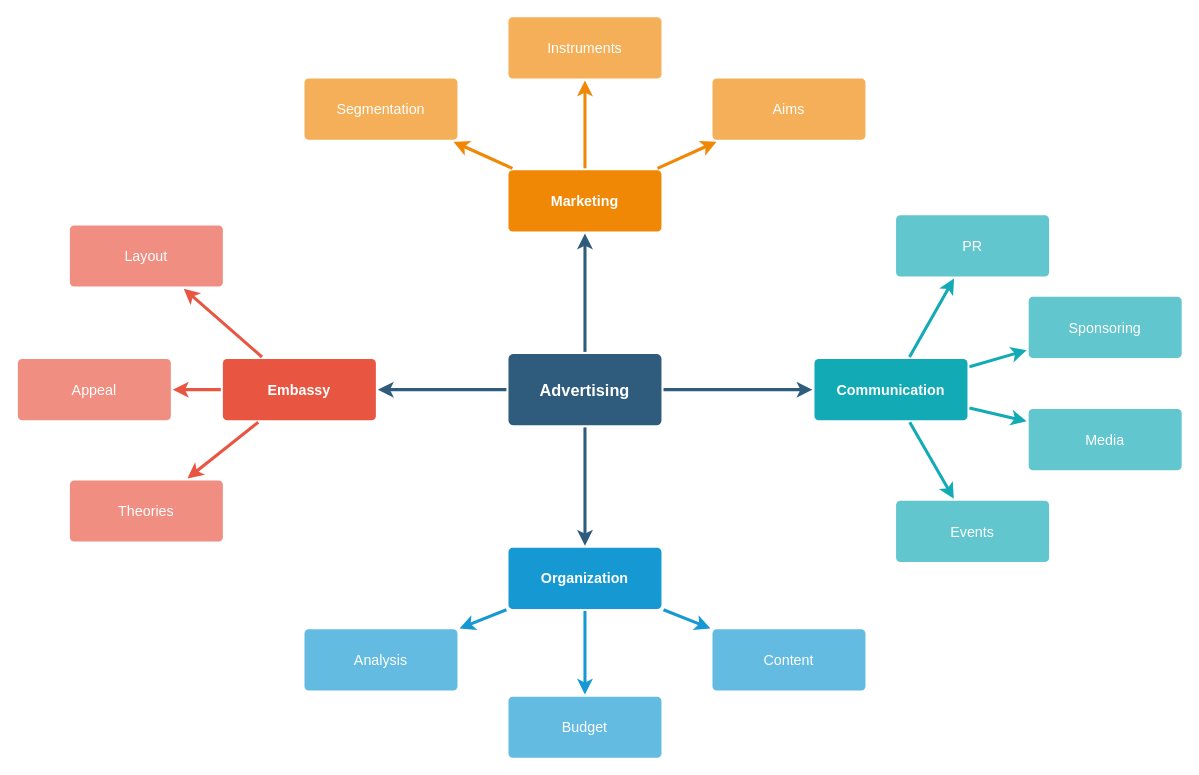
This is Untitled Diagram.drawio from kbondarets/demogit, a draw.io file, before an edit. Source tidied: cells renumbered, new cells numbered last; positions are measured from the earlier drawing's top-left corner, leaving out a move shared by most shapes. Both pictures are drawn from the tidied source at 102%, with x=0, y=0 at pixel (17, 16).
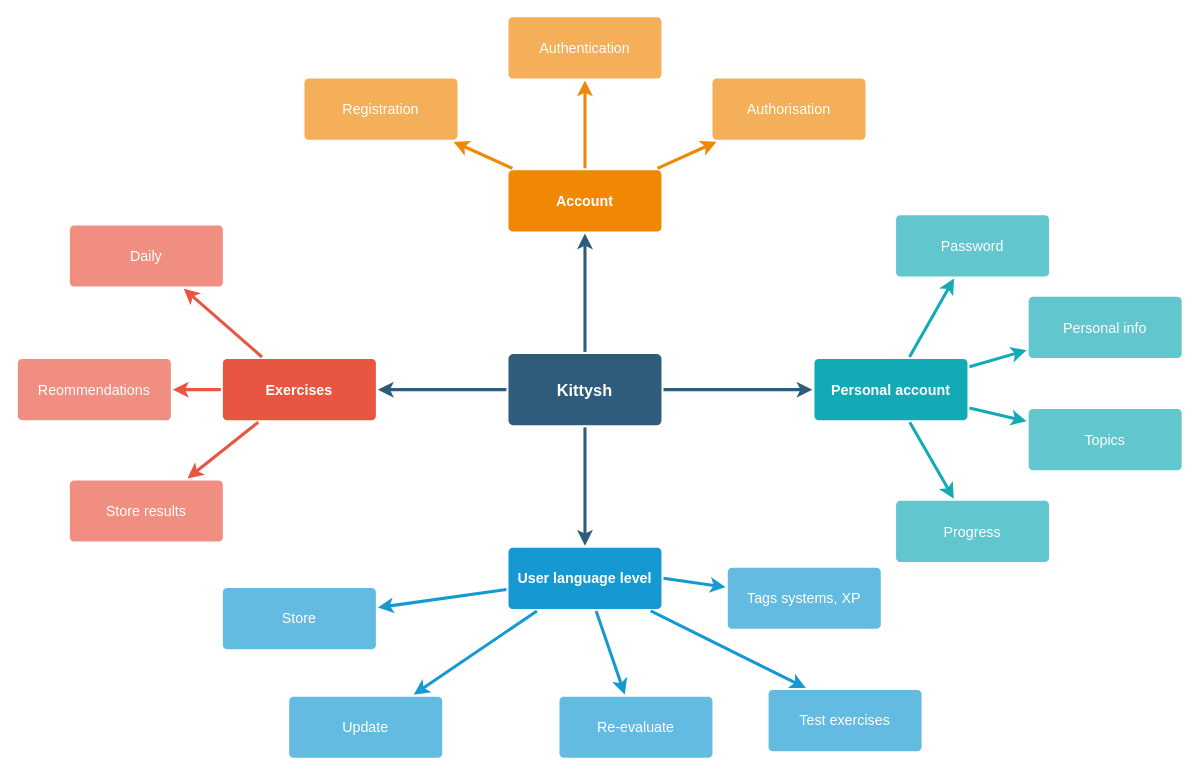
The same diagram, later.

Change to the diagram source:
```diff
@@
-    <mxCell id="6" value="Advertising" style="rounded=1;whiteSpace=wrap;html=1;shadow=0;labelBackgroundColor=none;strokeColor=none;strokeWidth=3;fillColor=#2F5B7C;fontFamily=Helvetica;fontSize=16;fontColor=#FFFFFF;align=center;fontStyle=1;spacing=5;arcSize=7;perimeterSpacing=2;" parent="1" vertex="1">
+    <mxCell id="6" value="Kittysh" style="rounded=1;whiteSpace=wrap;html=1;shadow=0;labelBackgroundColor=none;strokeColor=none;strokeWidth=3;fillColor=#2F5B7C;fontFamily=Helvetica;fontSize=16;fontColor=#FFFFFF;align=center;fontStyle=1;spacing=5;arcSize=7;perimeterSpacing=2;" parent="1" vertex="1">
       <mxGeometry x="481" y="330.5" width="150" height="70" as="geometry" />
     </mxCell>
@@
-    <mxCell id="10" value="Embassy" style="rounded=1;whiteSpace=wrap;html=1;shadow=0;labelBackgroundColor=none;strokeColor=none;strokeWidth=3;fillColor=#e85642;fontFamily=Helvetica;fontSize=14;fontColor=#FFFFFF;align=center;spacing=5;fontStyle=1;arcSize=7;perimeterSpacing=2;" parent="1" vertex="1">
+    <mxCell id="10" value="Exercises" style="rounded=1;whiteSpace=wrap;html=1;shadow=0;labelBackgroundColor=none;strokeColor=none;strokeWidth=3;fillColor=#e85642;fontFamily=Helvetica;fontSize=14;fontColor=#FFFFFF;align=center;spacing=5;fontStyle=1;arcSize=7;perimeterSpacing=2;" parent="1" vertex="1">
       <mxGeometry x="201" y="335.5" width="150" height="60" as="geometry" />
     </mxCell>
-    <mxCell id="11" value="Theories" style="rounded=1;whiteSpace=wrap;html=1;shadow=0;labelBackgroundColor=none;strokeColor=none;strokeWidth=3;fillColor=#f08e81;fontFamily=Helvetica;fontSize=14;fontColor=#FFFFFF;align=center;spacing=5;fontStyle=0;arcSize=7;perimeterSpacing=2;" parent="1" vertex="1">
+    <mxCell id="11" value="Store results" style="rounded=1;whiteSpace=wrap;html=1;shadow=0;labelBackgroundColor=none;strokeColor=none;strokeWidth=3;fillColor=#f08e81;fontFamily=Helvetica;fontSize=14;fontColor=#FFFFFF;align=center;spacing=5;fontStyle=0;arcSize=7;perimeterSpacing=2;" parent="1" vertex="1">
       <mxGeometry x="51" y="454.5" width="150" height="60" as="geometry" />
     </mxCell>
-    <mxCell id="12" value="Appeal" style="rounded=1;whiteSpace=wrap;html=1;shadow=0;labelBackgroundColor=none;strokeColor=none;strokeWidth=3;fillColor=#f08e81;fontFamily=Helvetica;fontSize=14;fontColor=#FFFFFF;align=center;spacing=5;fontStyle=0;arcSize=7;perimeterSpacing=2;" parent="1" vertex="1">
+    <mxCell id="12" value="Reommendations" style="rounded=1;whiteSpace=wrap;html=1;shadow=0;labelBackgroundColor=none;strokeColor=none;strokeWidth=3;fillColor=#f08e81;fontFamily=Helvetica;fontSize=14;fontColor=#FFFFFF;align=center;spacing=5;fontStyle=0;arcSize=7;perimeterSpacing=2;" parent="1" vertex="1">
       <mxGeometry y="335.5" width="150" height="60" as="geometry" />
     </mxCell>
-    <mxCell id="13" value="Layout" style="rounded=1;whiteSpace=wrap;html=1;shadow=0;labelBackgroundColor=none;strokeColor=none;strokeWidth=3;fillColor=#f08e81;fontFamily=Helvetica;fontSize=14;fontColor=#FFFFFF;align=center;spacing=5;fontStyle=0;arcSize=7;perimeterSpacing=2;" parent="1" vertex="1">
+    <mxCell id="13" value="Daily" style="rounded=1;whiteSpace=wrap;html=1;shadow=0;labelBackgroundColor=none;strokeColor=none;strokeWidth=3;fillColor=#f08e81;fontFamily=Helvetica;fontSize=14;fontColor=#FFFFFF;align=center;spacing=5;fontStyle=0;arcSize=7;perimeterSpacing=2;" parent="1" vertex="1">
       <mxGeometry x="51" y="204.5" width="150" height="60" as="geometry" />
     </mxCell>
@@
-    <mxCell id="17" value="Organization" style="rounded=1;whiteSpace=wrap;html=1;shadow=0;labelBackgroundColor=none;strokeColor=none;strokeWidth=3;fillColor=#1699d3;fontFamily=Helvetica;fontSize=14;fontColor=#FFFFFF;align=center;spacing=5;fontStyle=1;arcSize=7;perimeterSpacing=2;" parent="1" vertex="1">
+    <mxCell id="17" value="User language level" style="rounded=1;whiteSpace=wrap;html=1;shadow=0;labelBackgroundColor=none;strokeColor=none;strokeWidth=3;fillColor=#1699d3;fontFamily=Helvetica;fontSize=14;fontColor=#FFFFFF;align=center;spacing=5;fontStyle=1;arcSize=7;perimeterSpacing=2;" parent="1" vertex="1">
       <mxGeometry x="481" y="520.5" width="150" height="60" as="geometry" />
     </mxCell>
-    <mxCell id="18" value="Content" style="rounded=1;whiteSpace=wrap;html=1;shadow=0;labelBackgroundColor=none;strokeColor=none;strokeWidth=3;fillColor=#64bbe2;fontFamily=Helvetica;fontSize=14;fontColor=#FFFFFF;align=center;spacing=5;arcSize=7;perimeterSpacing=2;" parent="1" vertex="1">
-      <mxGeometry x="681" y="600.5" width="150" height="60" as="geometry" />
+    <mxCell id="18" value="Re-evaluate" style="rounded=1;whiteSpace=wrap;html=1;shadow=0;labelBackgroundColor=none;strokeColor=none;strokeWidth=3;fillColor=#64bbe2;fontFamily=Helvetica;fontSize=14;fontColor=#FFFFFF;align=center;spacing=5;arcSize=7;perimeterSpacing=2;" parent="1" vertex="1">
+      <mxGeometry x="531" y="666.5" width="150" height="60" as="geometry" />
     </mxCell>
-    <mxCell id="19" value="Budget" style="rounded=1;whiteSpace=wrap;html=1;shadow=0;labelBackgroundColor=none;strokeColor=none;strokeWidth=3;fillColor=#64bbe2;fontFamily=Helvetica;fontSize=14;fontColor=#FFFFFF;align=center;spacing=5;arcSize=7;perimeterSpacing=2;" parent="1" vertex="1">
-      <mxGeometry x="481" y="666.5" width="150" height="60" as="geometry" />
+    <mxCell id="19" value="Update" style="rounded=1;whiteSpace=wrap;html=1;shadow=0;labelBackgroundColor=none;strokeColor=none;strokeWidth=3;fillColor=#64bbe2;fontFamily=Helvetica;fontSize=14;fontColor=#FFFFFF;align=center;spacing=5;arcSize=7;perimeterSpacing=2;" parent="1" vertex="1">
+      <mxGeometry x="266" y="666.5" width="150" height="60" as="geometry" />
     </mxCell>
-    <mxCell id="20" value="Analysis" style="rounded=1;whiteSpace=wrap;html=1;shadow=0;labelBackgroundColor=none;strokeColor=none;strokeWidth=3;fillColor=#64bbe2;fontFamily=Helvetica;fontSize=14;fontColor=#FFFFFF;align=center;spacing=5;arcSize=7;perimeterSpacing=2;" parent="1" vertex="1">
-      <mxGeometry x="281" y="600.5" width="150" height="60" as="geometry" />
+    <mxCell id="20" value="Store" style="rounded=1;whiteSpace=wrap;html=1;shadow=0;labelBackgroundColor=none;strokeColor=none;strokeWidth=3;fillColor=#64bbe2;fontFamily=Helvetica;fontSize=14;fontColor=#FFFFFF;align=center;spacing=5;arcSize=7;perimeterSpacing=2;" parent="1" vertex="1">
+      <mxGeometry x="201" y="560" width="150" height="60" as="geometry" />
     </mxCell>
-    <mxCell id="21" value="Marketing" style="rounded=1;whiteSpace=wrap;html=1;shadow=0;labelBackgroundColor=none;strokeColor=none;strokeWidth=3;fillColor=#F08705;fontFamily=Helvetica;fontSize=14;fontColor=#FFFFFF;align=center;spacing=5;fontStyle=1;arcSize=7;perimeterSpacing=2;" parent="1" vertex="1">
+    <mxCell id="21" value="Account" style="rounded=1;whiteSpace=wrap;html=1;shadow=0;labelBackgroundColor=none;strokeColor=none;strokeWidth=3;fillColor=#F08705;fontFamily=Helvetica;fontSize=14;fontColor=#FFFFFF;align=center;spacing=5;fontStyle=1;arcSize=7;perimeterSpacing=2;" parent="1" vertex="1">
       <mxGeometry x="481" y="150.5" width="150" height="60" as="geometry" />
     </mxCell>
-    <mxCell id="22" value="Aims&lt;br&gt;" style="rounded=1;whiteSpace=wrap;html=1;shadow=0;labelBackgroundColor=none;strokeColor=none;strokeWidth=3;fillColor=#f5af58;fontFamily=Helvetica;fontSize=14;fontColor=#FFFFFF;align=center;spacing=5;arcSize=7;perimeterSpacing=2;" parent="1" vertex="1">
+    <mxCell id="22" value="Authorisation" style="rounded=1;whiteSpace=wrap;html=1;shadow=0;labelBackgroundColor=none;strokeColor=none;strokeWidth=3;fillColor=#f5af58;fontFamily=Helvetica;fontSize=14;fontColor=#FFFFFF;align=center;spacing=5;arcSize=7;perimeterSpacing=2;" parent="1" vertex="1">
       <mxGeometry x="681" y="60.5" width="150" height="60" as="geometry" />
     </mxCell>
@@
-    <mxCell id="24" value="Instruments" style="rounded=1;whiteSpace=wrap;html=1;shadow=0;labelBackgroundColor=none;strokeColor=none;strokeWidth=3;fillColor=#f5af58;fontFamily=Helvetica;fontSize=14;fontColor=#FFFFFF;align=center;spacing=5;arcSize=7;perimeterSpacing=2;" parent="1" vertex="1">
+    <mxCell id="24" value="Authentication" style="rounded=1;whiteSpace=wrap;html=1;shadow=0;labelBackgroundColor=none;strokeColor=none;strokeWidth=3;fillColor=#f5af58;fontFamily=Helvetica;fontSize=14;fontColor=#FFFFFF;align=center;spacing=5;arcSize=7;perimeterSpacing=2;" parent="1" vertex="1">
       <mxGeometry x="481" y="0.5" width="150" height="60" as="geometry" />
     </mxCell>
@@
-    <mxCell id="26" value="Segmentation" style="rounded=1;whiteSpace=wrap;html=1;shadow=0;labelBackgroundColor=none;strokeColor=none;strokeWidth=3;fillColor=#f5af58;fontFamily=Helvetica;fontSize=14;fontColor=#FFFFFF;align=center;spacing=5;arcSize=7;perimeterSpacing=2;" parent="1" vertex="1">
+    <mxCell id="26" value="Registration" style="rounded=1;whiteSpace=wrap;html=1;shadow=0;labelBackgroundColor=none;strokeColor=none;strokeWidth=3;fillColor=#f5af58;fontFamily=Helvetica;fontSize=14;fontColor=#FFFFFF;align=center;spacing=5;arcSize=7;perimeterSpacing=2;" parent="1" vertex="1">
       <mxGeometry x="281" y="60.5" width="150" height="60" as="geometry" />
     </mxCell>
@@
-    <mxCell id="28" value="Communication" style="rounded=1;whiteSpace=wrap;html=1;shadow=0;labelBackgroundColor=none;strokeColor=none;strokeWidth=3;fillColor=#12aab5;fontFamily=Helvetica;fontSize=14;fontColor=#FFFFFF;align=center;spacing=5;fontStyle=1;arcSize=7;perimeterSpacing=2;" parent="1" vertex="1">
+    <mxCell id="28" value="Personal account" style="rounded=1;whiteSpace=wrap;html=1;shadow=0;labelBackgroundColor=none;strokeColor=none;strokeWidth=3;fillColor=#12aab5;fontFamily=Helvetica;fontSize=14;fontColor=#FFFFFF;align=center;spacing=5;fontStyle=1;arcSize=7;perimeterSpacing=2;" parent="1" vertex="1">
       <mxGeometry x="781" y="335.5" width="150" height="60" as="geometry" />
     </mxCell>
-    <mxCell id="29" value="Events" style="rounded=1;whiteSpace=wrap;html=1;shadow=0;labelBackgroundColor=none;strokeColor=none;strokeWidth=3;fillColor=#61c6ce;fontFamily=Helvetica;fontSize=14;fontColor=#FFFFFF;align=center;spacing=5;fontStyle=0;arcSize=7;perimeterSpacing=2;" parent="1" vertex="1">
+    <mxCell id="29" value="Progress" style="rounded=1;whiteSpace=wrap;html=1;shadow=0;labelBackgroundColor=none;strokeColor=none;strokeWidth=3;fillColor=#61c6ce;fontFamily=Helvetica;fontSize=14;fontColor=#FFFFFF;align=center;spacing=5;fontStyle=0;arcSize=7;perimeterSpacing=2;" parent="1" vertex="1">
       <mxGeometry x="861" y="474.5" width="150" height="60" as="geometry" />
     </mxCell>
@@
-    <mxCell id="31" value="Media" style="rounded=1;whiteSpace=wrap;html=1;shadow=0;labelBackgroundColor=none;strokeColor=none;strokeWidth=3;fillColor=#61c6ce;fontFamily=Helvetica;fontSize=14;fontColor=#FFFFFF;align=center;spacing=5;fontStyle=0;arcSize=7;perimeterSpacing=2;" parent="1" vertex="1">
+    <mxCell id="31" value="Topics" style="rounded=1;whiteSpace=wrap;html=1;shadow=0;labelBackgroundColor=none;strokeColor=none;strokeWidth=3;fillColor=#61c6ce;fontFamily=Helvetica;fontSize=14;fontColor=#FFFFFF;align=center;spacing=5;fontStyle=0;arcSize=7;perimeterSpacing=2;" parent="1" vertex="1">
       <mxGeometry x="991" y="384.5" width="150" height="60" as="geometry" />
     </mxCell>
@@
-    <mxCell id="33" value="Sponsoring" style="rounded=1;whiteSpace=wrap;html=1;shadow=0;labelBackgroundColor=none;strokeColor=none;strokeWidth=3;fillColor=#61c6ce;fontFamily=Helvetica;fontSize=14;fontColor=#FFFFFF;align=center;spacing=5;fontStyle=0;arcSize=7;perimeterSpacing=2;" parent="1" vertex="1">
+    <mxCell id="33" value="Personal info" style="rounded=1;whiteSpace=wrap;html=1;shadow=0;labelBackgroundColor=none;strokeColor=none;strokeWidth=3;fillColor=#61c6ce;fontFamily=Helvetica;fontSize=14;fontColor=#FFFFFF;align=center;spacing=5;fontStyle=0;arcSize=7;perimeterSpacing=2;" parent="1" vertex="1">
       <mxGeometry x="991" y="274.5" width="150" height="60" as="geometry" />
     </mxCell>
@@
-    <mxCell id="35" value="PR" style="rounded=1;whiteSpace=wrap;html=1;shadow=0;labelBackgroundColor=none;strokeColor=none;strokeWidth=3;fillColor=#61c6ce;fontFamily=Helvetica;fontSize=14;fontColor=#FFFFFF;align=center;spacing=5;fontStyle=0;arcSize=7;perimeterSpacing=2;" parent="1" vertex="1">
+    <mxCell id="35" value="Password" style="rounded=1;whiteSpace=wrap;html=1;shadow=0;labelBackgroundColor=none;strokeColor=none;strokeWidth=3;fillColor=#61c6ce;fontFamily=Helvetica;fontSize=14;fontColor=#FFFFFF;align=center;spacing=5;fontStyle=0;arcSize=7;perimeterSpacing=2;" parent="1" vertex="1">
       <mxGeometry x="861" y="194.5" width="150" height="60" as="geometry" />
     </mxCell>
@@
+    <mxCell id="37" style="edgeStyle=none;rounded=0;jumpStyle=none;html=1;shadow=0;labelBackgroundColor=none;startArrow=none;startFill=0;endArrow=classic;endFill=1;jettySize=auto;strokeColor=#1699D3;strokeWidth=3;fontFamily=Helvetica;fontSize=14;fontColor=#FFFFFF;spacing=5;entryX=0.25;entryY=0;entryDx=0;entryDy=0;" parent="1" edge="1" source="17" target="38">
+      <mxGeometry relative="1" as="geometry" />
+    </mxCell>
+    <mxCell id="38" value="Test exercises" style="rounded=1;whiteSpace=wrap;html=1;shadow=0;labelBackgroundColor=none;strokeColor=none;strokeWidth=3;fillColor=#64bbe2;fontFamily=Helvetica;fontSize=14;fontColor=#FFFFFF;align=center;spacing=5;arcSize=7;perimeterSpacing=2;" parent="1" vertex="1">
+      <mxGeometry x="736" y="660" width="150" height="60" as="geometry" />
+    </mxCell>
+    <mxCell id="39" style="edgeStyle=none;rounded=0;jumpStyle=none;html=1;shadow=0;labelBackgroundColor=none;startArrow=none;startFill=0;endArrow=classic;endFill=1;jettySize=auto;strokeColor=#1699D3;strokeWidth=3;fontFamily=Helvetica;fontSize=14;fontColor=#FFFFFF;spacing=5;exitX=1;exitY=0.5;exitDx=0;exitDy=0;" parent="1" edge="1" source="17" target="40">
+      <mxGeometry relative="1" as="geometry" />
+    </mxCell>
+    <mxCell id="40" value="Tags systems, XP" style="rounded=1;whiteSpace=wrap;html=1;shadow=0;labelBackgroundColor=none;strokeColor=none;strokeWidth=3;fillColor=#64bbe2;fontFamily=Helvetica;fontSize=14;fontColor=#FFFFFF;align=center;spacing=5;arcSize=7;perimeterSpacing=2;" parent="1" vertex="1">
+      <mxGeometry x="696" y="540" width="150" height="60" as="geometry" />
+    </mxCell>
```
